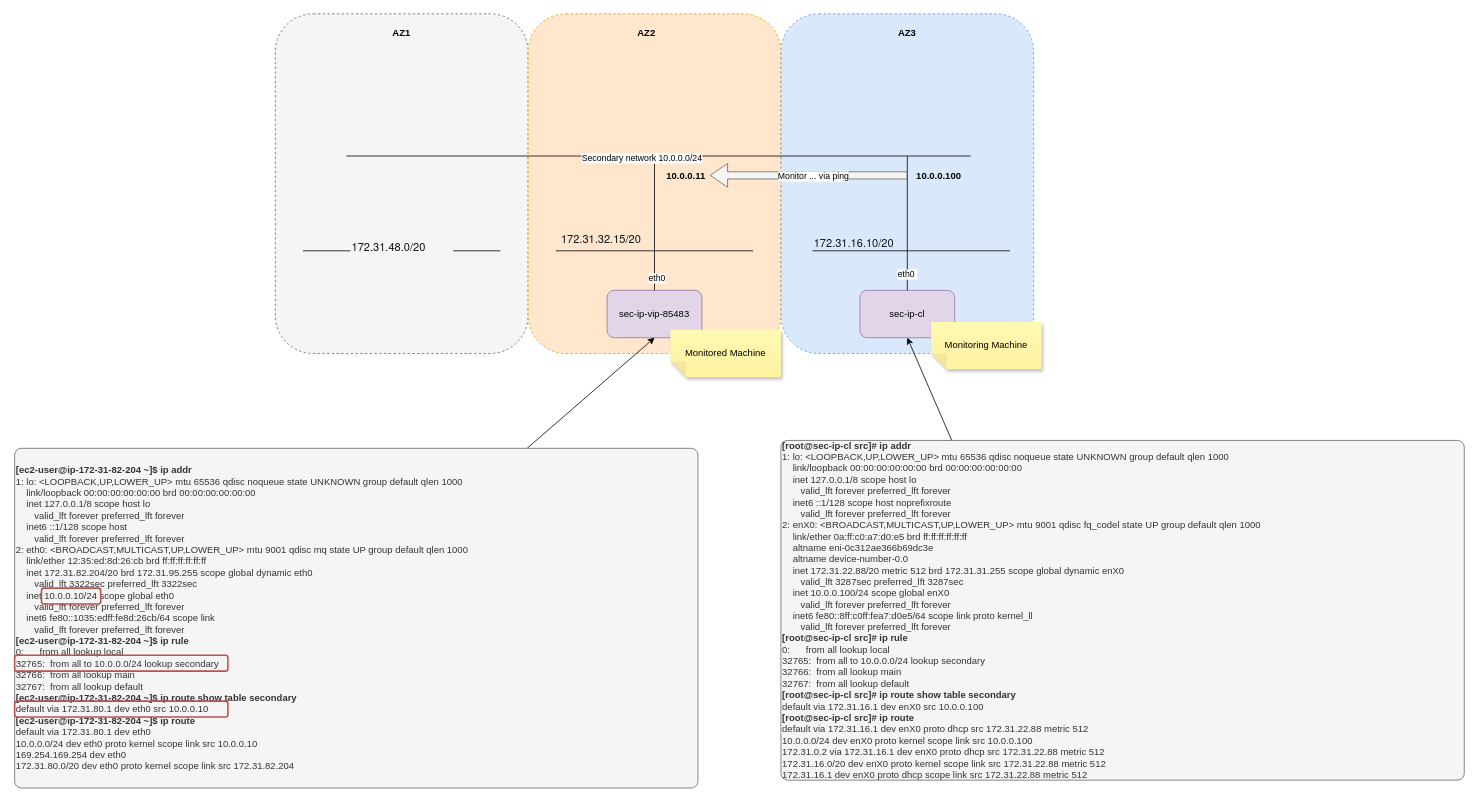
daviderestivo/aws-secondary-ip keeps this draw.io diagram as page "HLD" (1 of 3) of aws-sec-ip.drawio. Above is the earlier version. Source tidied: cells renumbered, new cells numbered last; positions are measured from the earlier drawing's top-left corner, leaving out a move shared by most shapes. Both pictures are drawn from the tidied source at 79%, with x=0, y=0 at pixel (14, 13).
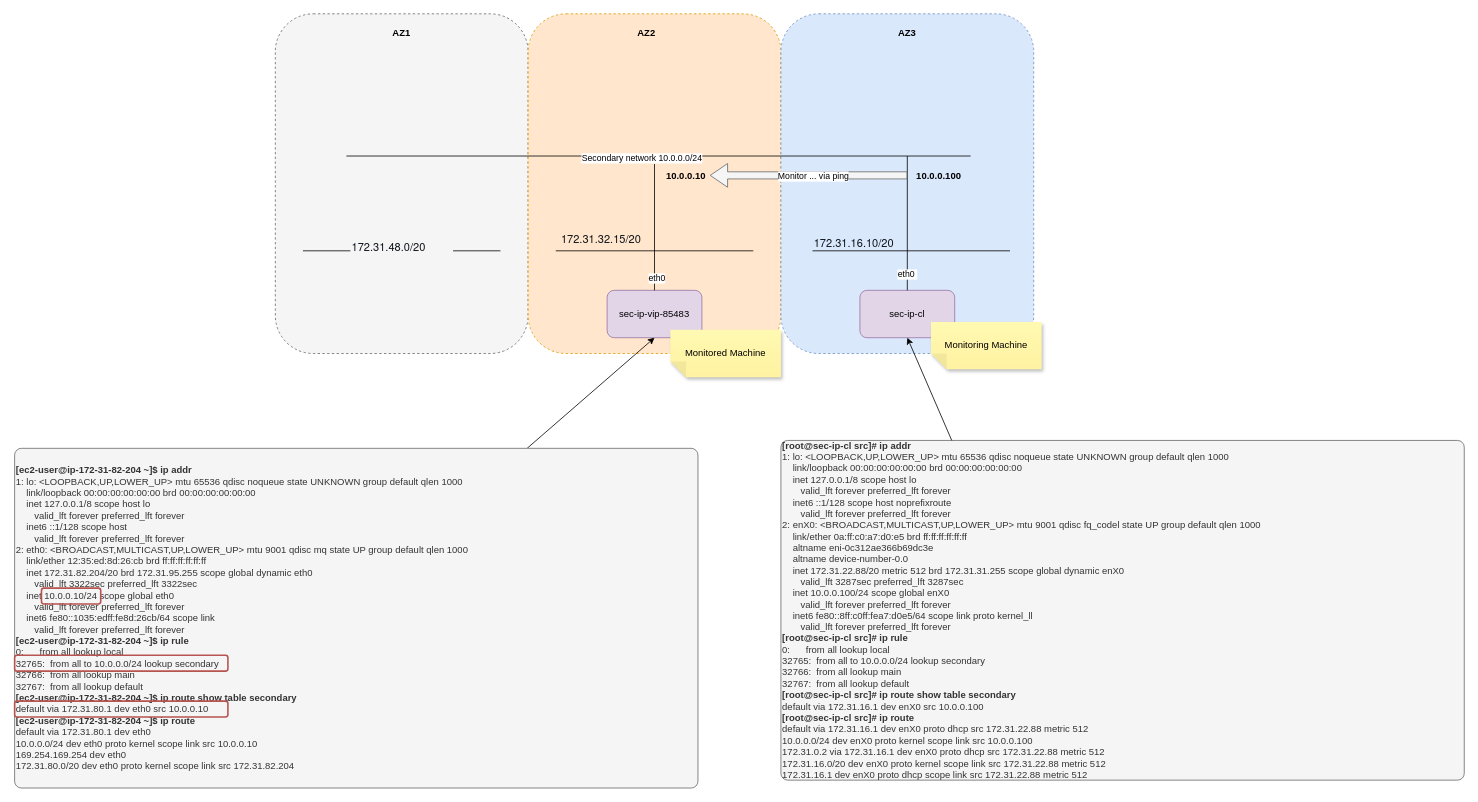
The same page after the edit.

Commit message (it also covers changes not shown here):
Fix wrong IP in the drawings

Diff of the diagram source:
```diff
@@
-    <mxCell id="28" value="10.0.0.11" style="text;html=1;whiteSpace=wrap;strokeColor=none;fillColor=none;align=center;verticalAlign=middle;rounded=0;fontStyle=1;" parent="1" vertex="1">
+    <mxCell id="28" value="10.0.0.10" style="text;html=1;whiteSpace=wrap;strokeColor=none;fillColor=none;align=center;verticalAlign=middle;rounded=0;fontStyle=1;" parent="1" vertex="1">
       <mxGeometry x="820" y="190" width="60" height="30" as="geometry" />
     </mxCell>
```
